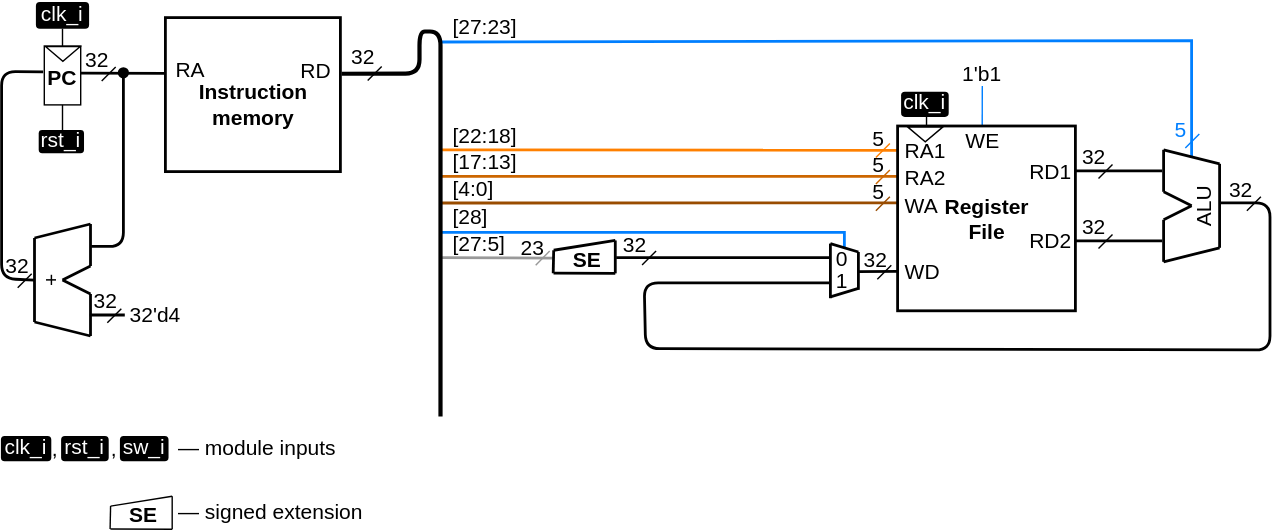
Before: .pic/Labs/lab_04_cybercobra/ppd_2.drawio.svg, a diagram exported from draw.io (MPSU/APS). Source tidied: cells renumbered, new cells last; positions are measured from the earlier drawing's top-left corner, leaving out a move shared by most shapes.
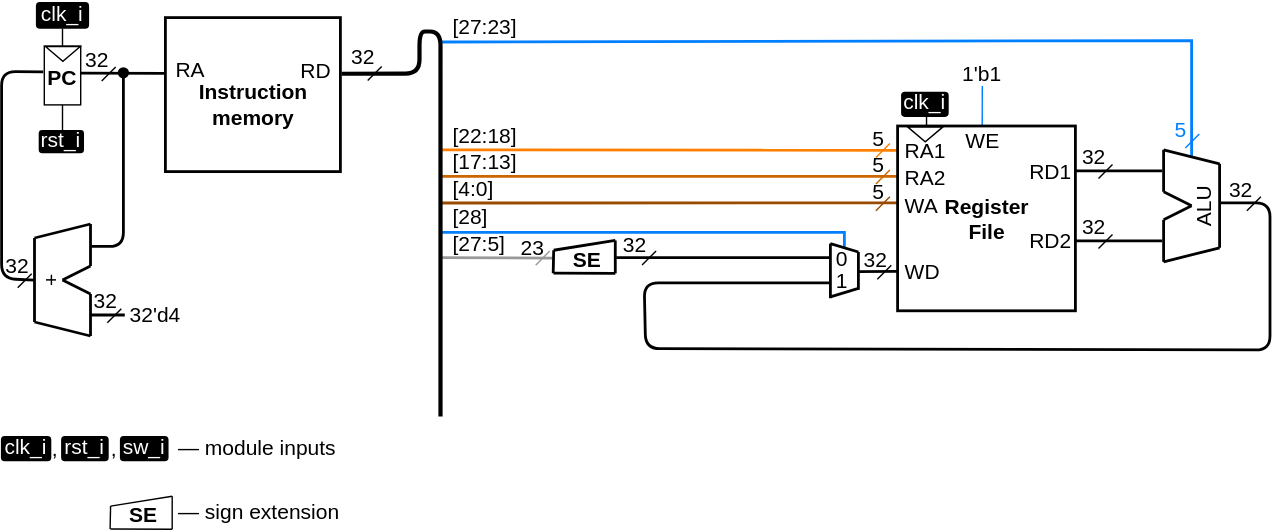
The same diagram one commit later.

What changed in the source:
```diff
@@ -397,7 +397,7 @@
     <mxCell id="82" value="&lt;font style=&quot;font-size: 15px;&quot;&gt;&lt;b style=&quot;font-size: 15px;&quot;&gt;SE&lt;/b&gt;&lt;/font&gt;" style="text;html=1;strokeColor=none;fillColor=none;align=center;verticalAlign=bottom;whiteSpace=wrap;rounded=0;fontSize=15;fontColor=#000000;comic=0;jiggle=0.5;" parent="77" vertex="1">
       <mxGeometry y="1.8" width="48" height="23.5" as="geometry" />
     </mxCell>
-    <mxCell id="83" value="— signed extension" style="text;html=1;strokeColor=none;fillColor=none;align=left;verticalAlign=middle;whiteSpace=wrap;rounded=0;spacing=0;fontSize=15;" parent="1" vertex="1">
+    <mxCell id="83" value="— sign extension" style="text;html=1;strokeColor=none;fillColor=none;align=left;verticalAlign=middle;whiteSpace=wrap;rounded=0;spacing=0;fontSize=15;" parent="1" vertex="1">
       <mxGeometry x="126.5" y="355" width="224.5" height="18" as="geometry" />
     </mxCell>
     <mxCell id="84" style="group;fontSize=15;" parent="1" vertex="1">
```
